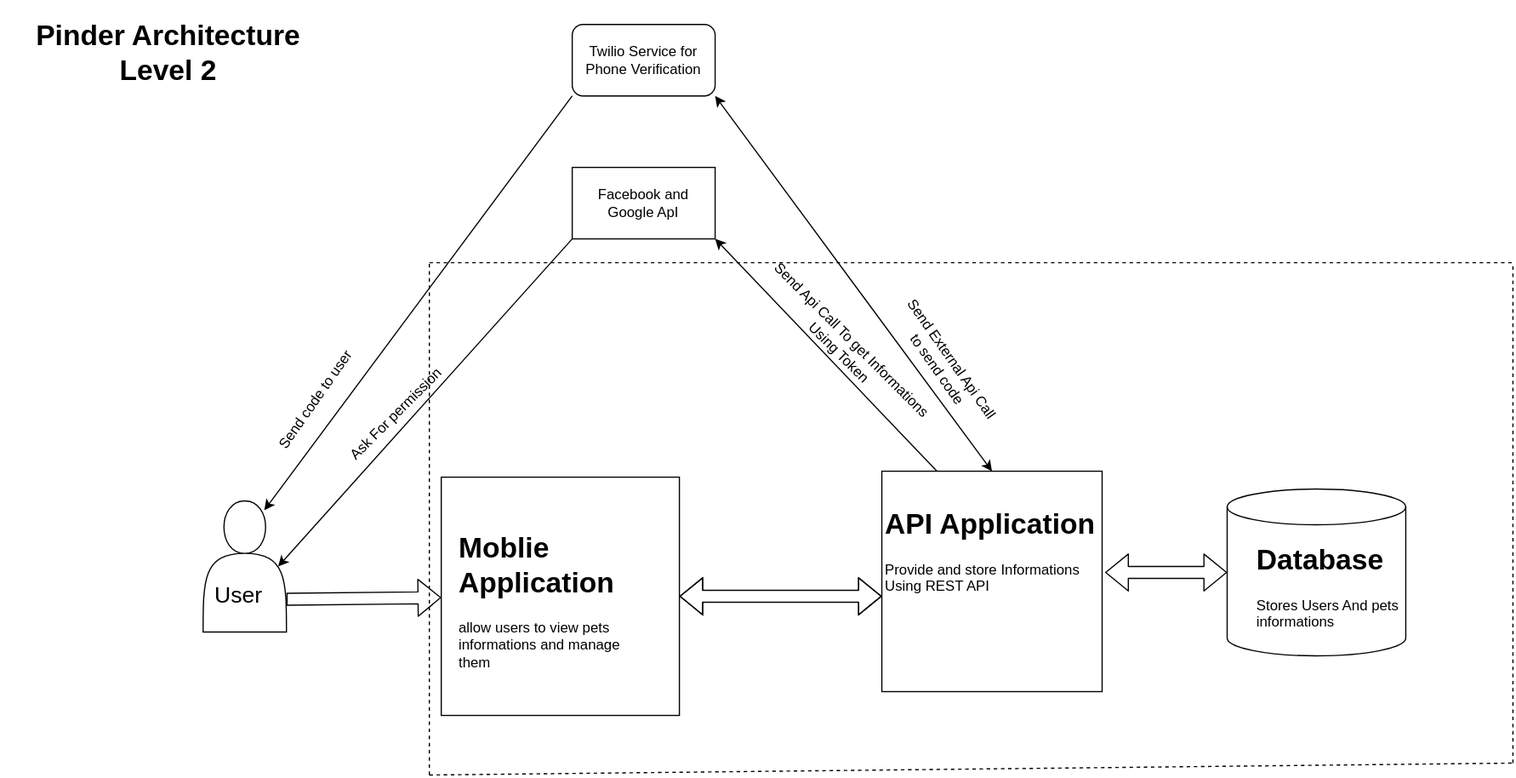
This is Architecture/Pinder-Page-2.svg from Byakugan-Team/Pinder, a draw.io export, as it was before one commit. Source tidied: cells renumbered, new cells last; positions are measured from the earlier drawing's top-left corner, leaving out a move shared by most shapes. Its diagram source:
```xml
<mxGraphModel>
  <root>
    <mxCell id="0" />
    <mxCell id="1" parent="0" />
    <mxCell id="2" style="shape=flexArrow;endArrow=classic;html=1;exitX=1;exitY=0.75;exitDx=0;exitDy=0;" parent="1" edge="1" source="13" target="3">
      <mxGeometry relative="1" as="geometry" />
    </mxCell>
    <mxCell id="3" style="whiteSpace=wrap;html=1;strokeColor=#000000;" parent="1" vertex="1">
      <mxGeometry x="370" y="390" width="200" height="200" as="geometry" />
    </mxCell>
    <mxCell id="4" value="&lt;h1&gt;Moblie Application&lt;/h1&gt;&lt;p&gt;allow users to view pets informations and manage them&lt;/p&gt;" style="text;html=1;strokeColor=none;fillColor=none;spacing=5;spacingTop=-20;whiteSpace=wrap;overflow=hidden;rounded=0;" parent="1" vertex="1">
      <mxGeometry x="380" y="430" width="170" height="140" as="geometry" />
    </mxCell>
    <mxCell id="5" style="shape=flexArrow;endArrow=classic;startArrow=classic;html=1;entryX=1;entryY=0.5;entryDx=0;entryDy=0;" parent="1" edge="1" target="3">
      <mxGeometry relative="1" as="geometry">
        <mxPoint x="740" y="490" as="sourcePoint" />
        <Array as="points">
          <mxPoint x="690" y="490" />
          <mxPoint x="650" y="490" />
        </Array>
      </mxGeometry>
    </mxCell>
    <mxCell id="6" value="Twilio Service for Phone Verification" style="rounded=1;whiteSpace=wrap;html=1;strokeColor=#000000;" parent="1" vertex="1">
      <mxGeometry x="480" y="10" width="120" height="60" as="geometry" />
    </mxCell>
    <mxCell id="7" style="endArrow=classic;html=1;entryX=0.734;entryY=0.071;entryDx=0;entryDy=0;entryPerimeter=0;exitX=0;exitY=1;exitDx=0;exitDy=0;" parent="1" edge="1" source="6" target="13">
      <mxGeometry relative="1" as="geometry" />
    </mxCell>
    <mxCell id="8" value="Send code to user" style="text;html=1;strokeColor=none;fillColor=none;align=center;verticalAlign=middle;whiteSpace=wrap;rounded=0;rotation=-55;" parent="1" vertex="1">
      <mxGeometry x="210" y="315.3" width="110" height="20" as="geometry" />
    </mxCell>
    <mxCell id="9" value="Send External Api Call to send code" style="text;html=1;strokeColor=none;fillColor=none;align=center;verticalAlign=middle;whiteSpace=wrap;rounded=0;rotation=55;" parent="1" vertex="1">
      <mxGeometry x="727.8" y="275.3" width="130" height="40" as="geometry" />
    </mxCell>
    <mxCell id="10" style="endArrow=none;dashed=1;html=1;" parent="1" edge="1">
      <mxGeometry relative="1" as="geometry">
        <mxPoint x="360" y="210" as="sourcePoint" />
        <mxPoint x="1270" y="210" as="targetPoint" />
      </mxGeometry>
    </mxCell>
    <mxCell id="11" style="endArrow=none;dashed=1;html=1;" parent="1" edge="1">
      <mxGeometry relative="1" as="geometry">
        <mxPoint x="360" y="640" as="sourcePoint" />
        <mxPoint x="360" y="210" as="targetPoint" />
      </mxGeometry>
    </mxCell>
    <mxCell id="12" style="endArrow=none;dashed=1;html=1;" parent="1" edge="1">
      <mxGeometry relative="1" as="geometry">
        <mxPoint x="360" y="640" as="sourcePoint" />
        <mxPoint x="1270" y="630" as="targetPoint" />
      </mxGeometry>
    </mxCell>
    <mxCell id="13" style="shape=actor;whiteSpace=wrap;html=1;strokeColor=#000000;" parent="1" vertex="1">
      <mxGeometry x="170" y="410" width="70" height="110" as="geometry" />
    </mxCell>
    <mxCell id="14" style="whiteSpace=wrap;html=1;strokeColor=#000000;" parent="1" vertex="1">
      <mxGeometry x="740" y="385" width="185" height="185" as="geometry" />
    </mxCell>
    <mxCell id="15" value="&lt;h1&gt;API Application&lt;/h1&gt;&lt;p&gt;Provide and store Informations Using REST API&lt;/p&gt;" style="text;html=1;strokeColor=none;fillColor=none;spacing=5;spacingTop=-20;whiteSpace=wrap;overflow=hidden;rounded=0;" parent="1" vertex="1">
      <mxGeometry x="737.5" y="410" width="190" height="120" as="geometry" />
    </mxCell>
    <mxCell id="16" style="shape=cylinder3;whiteSpace=wrap;html=1;boundedLbl=1;backgroundOutline=1;size=15;strokeColor=#000000;" parent="1" vertex="1">
      <mxGeometry x="1030" y="400" width="150" height="140" as="geometry" />
    </mxCell>
    <mxCell id="17" value="&lt;h1&gt;Database&lt;/h1&gt;&lt;p&gt;Stores Users And pets informations&lt;/p&gt;" style="text;html=1;strokeColor=none;fillColor=none;spacing=5;spacingTop=-20;whiteSpace=wrap;overflow=hidden;rounded=0;" parent="1" vertex="1">
      <mxGeometry x="1050" y="440" width="130" height="120" as="geometry" />
    </mxCell>
    <mxCell id="18" style="endArrow=classic;startArrow=classic;html=1;exitX=0.5;exitY=0;exitDx=0;exitDy=0;entryX=1;entryY=1;entryDx=0;entryDy=0;" parent="1" edge="1" source="14" target="6">
      <mxGeometry relative="1" as="geometry" />
    </mxCell>
    <mxCell id="19" style="shape=flexArrow;endArrow=classic;startArrow=classic;html=1;exitX=1;exitY=0.5;exitDx=0;exitDy=0;entryX=0;entryY=0.5;entryDx=0;entryDy=0;entryPerimeter=0;" parent="1" edge="1" source="15" target="16">
      <mxGeometry relative="1" as="geometry" />
    </mxCell>
    <mxCell id="20" style="endArrow=none;dashed=1;html=1;" parent="1" edge="1">
      <mxGeometry relative="1" as="geometry">
        <mxPoint x="1270" y="630" as="sourcePoint" />
        <mxPoint x="1270" y="210" as="targetPoint" />
      </mxGeometry>
    </mxCell>
    <mxCell id="21" value="&lt;font style=&quot;font-size: 19px&quot;&gt;User&lt;/font&gt;" style="text;html=1;strokeColor=none;fillColor=none;align=center;verticalAlign=middle;whiteSpace=wrap;rounded=0;" parent="1" vertex="1">
      <mxGeometry x="180" y="480" width="40" height="20" as="geometry" />
    </mxCell>
    <mxCell id="22" value="&lt;h1 style=&quot;text-align: center&quot;&gt;Pinder Architecture Level 2&lt;/h1&gt;&lt;p&gt;&lt;br&gt;&lt;/p&gt;" style="text;html=1;strokeColor=none;fillColor=none;spacing=5;spacingTop=-20;whiteSpace=wrap;overflow=hidden;rounded=0;" parent="1" vertex="1">
      <mxGeometry width="280" height="120" as="geometry" />
    </mxCell>
    <mxCell id="23" value="Facebook and Google ApI" style="rounded=0;whiteSpace=wrap;html=1;" parent="1" vertex="1">
      <mxGeometry x="480" y="130" width="120" height="60" as="geometry" />
    </mxCell>
    <mxCell id="24" style="endArrow=classic;html=1;exitX=0.25;exitY=0;exitDx=0;exitDy=0;entryX=1;entryY=1;entryDx=0;entryDy=0;" parent="1" edge="1" source="14" target="23">
      <mxGeometry relative="1" as="geometry" />
    </mxCell>
    <mxCell id="25" style="endArrow=classic;html=1;entryX=0.9;entryY=0.5;entryDx=0;entryDy=0;entryPerimeter=0;exitX=0;exitY=1;exitDx=0;exitDy=0;" parent="1" edge="1" source="23" target="13">
      <mxGeometry relative="1" as="geometry" />
    </mxCell>
    <mxCell id="26" value="Send Api Call To get Informations&lt;br&gt;Using Token" style="text;html=1;strokeColor=none;fillColor=none;align=center;verticalAlign=middle;whiteSpace=wrap;rounded=0;rotation=45;" parent="1" vertex="1">
      <mxGeometry x="610.7" y="270" width="197.8" height="20" as="geometry" />
    </mxCell>
    <mxCell id="27" value="Ask For permission" style="text;html=1;strokeColor=none;fillColor=none;align=center;verticalAlign=middle;whiteSpace=wrap;rounded=0;rotation=-45;" parent="1" vertex="1">
      <mxGeometry x="260" y="324.7" width="145" height="25.3" as="geometry" />
    </mxCell>
  </root>
</mxGraphModel>
```
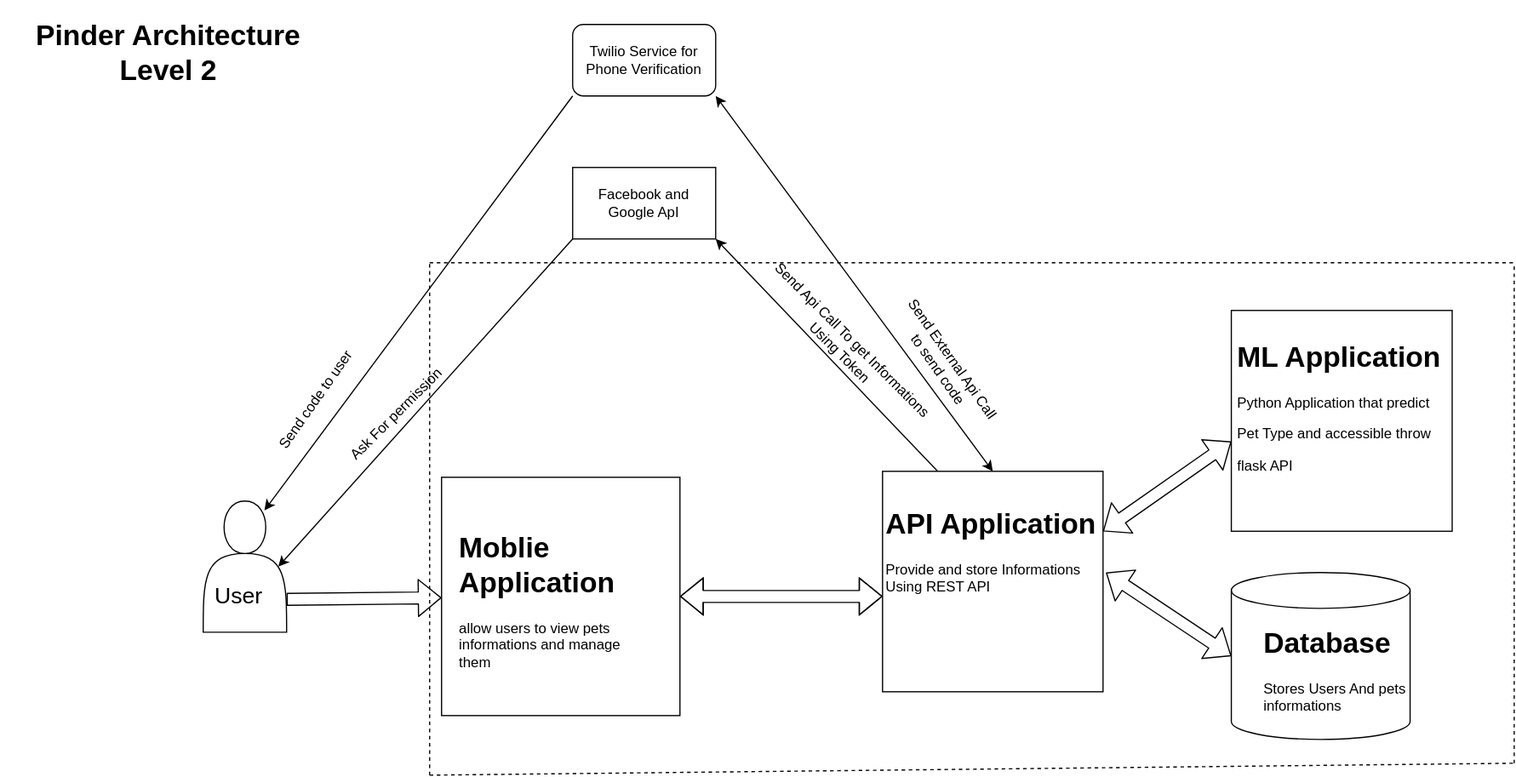
The same file after the commit.

Diff of the diagram source:
```diff
@@ -60,10 +60,10 @@
       <mxGeometry x="737.5" y="410" width="190" height="120" as="geometry" />
     </mxCell>
     <mxCell id="16" style="shape=cylinder3;whiteSpace=wrap;html=1;boundedLbl=1;backgroundOutline=1;size=15;strokeColor=#000000;" parent="1" vertex="1">
-      <mxGeometry x="1030" y="400" width="150" height="140" as="geometry" />
+      <mxGeometry x="1032.7" y="470" width="150" height="140" as="geometry" />
     </mxCell>
     <mxCell id="17" value="&lt;h1&gt;Database&lt;/h1&gt;&lt;p&gt;Stores Users And pets informations&lt;/p&gt;" style="text;html=1;strokeColor=none;fillColor=none;spacing=5;spacingTop=-20;whiteSpace=wrap;overflow=hidden;rounded=0;" parent="1" vertex="1">
-      <mxGeometry x="1050" y="440" width="130" height="120" as="geometry" />
+      <mxGeometry x="1055.3" y="510" width="130" height="120" as="geometry" />
     </mxCell>
     <mxCell id="18" style="endArrow=classic;startArrow=classic;html=1;exitX=0.5;exitY=0;exitDx=0;exitDy=0;entryX=1;entryY=1;entryDx=0;entryDy=0;" parent="1" edge="1" source="14" target="6">
       <mxGeometry relative="1" as="geometry" />
@@ -98,5 +98,16 @@
     <mxCell id="27" value="Ask For permission" style="text;html=1;strokeColor=none;fillColor=none;align=center;verticalAlign=middle;whiteSpace=wrap;rounded=0;rotation=-45;" parent="1" vertex="1">
       <mxGeometry x="260" y="324.7" width="145" height="25.3" as="geometry" />
     </mxCell>
+    <mxCell id="28" style="whiteSpace=wrap;html=1;" parent="1" vertex="1">
+      <mxGeometry x="1032.7" y="250" width="185.3" height="185.3" as="geometry" />
+    </mxCell>
+    <mxCell id="29" value="&lt;h1&gt;ML Application&lt;/h1&gt;&lt;p&gt;Python Application that predict&lt;/p&gt;&lt;p&gt;Pet Type and accessible throw&amp;nbsp;&lt;/p&gt;&lt;p&gt;flask API&lt;/p&gt;" style="text;html=1;strokeColor=none;fillColor=none;spacing=5;spacingTop=-20;whiteSpace=wrap;overflow=hidden;rounded=0;" parent="1" vertex="1">
+      <mxGeometry x="1032.7" y="270" width="190" height="120" as="geometry" />
+    </mxCell>
+    <mxCell id="30" style="shape=flexArrow;endArrow=classic;startArrow=classic;html=1;entryX=0;entryY=0.75;entryDx=0;entryDy=0;" parent="1" edge="1" target="29">
+      <mxGeometry relative="1" as="geometry">
+        <mxPoint x="925" y="435.3" as="sourcePoint" />
+      </mxGeometry>
+    </mxCell>
   </root>
 </mxGraphModel>
```
